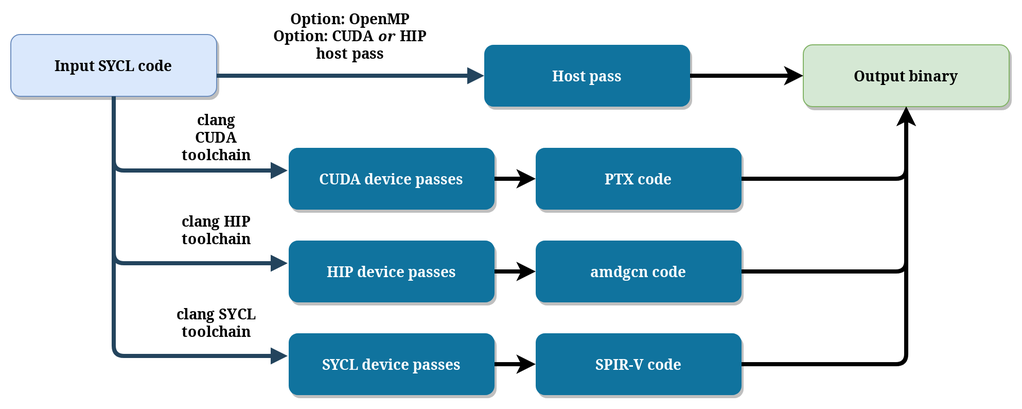
Above: doc/img/syclcc.png in AdaptiveCpp/AdaptiveCpp (draw.io), before the change. Source tidied: cells renumbered, new cells last; positions are measured from the earlier drawing's top-left corner, leaving out a move shared by most shapes.
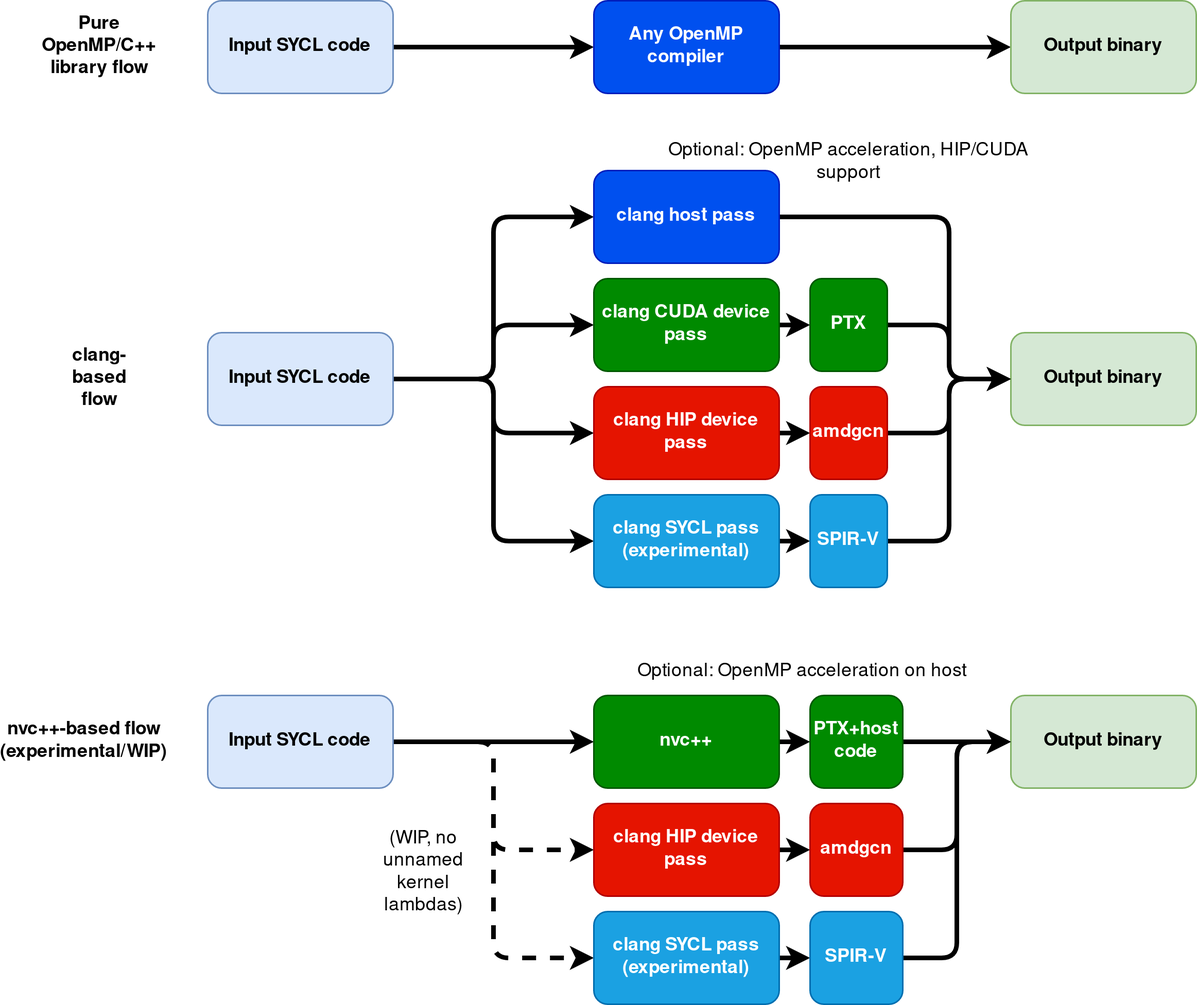
The same file after the commit.

The edit, as a diff of the source:
```diff
@@ -2,94 +2,154 @@
   <root>
     <mxCell id="0" />
     <mxCell id="1" parent="0" />
-    <mxCell id="2" value="Input SYCL code" style="rounded=1;fillColor=#dae8fc;strokeColor=#6c8ebf;shadow=1;fontStyle=1;fontSize=14;" parent="1" vertex="1">
-      <mxGeometry width="200" height="60" as="geometry" />
+    <mxCell id="2" style="edgeStyle=orthogonalEdgeStyle;rounded=0;jettySize=auto;html=1;strokeWidth=3;" parent="1" edge="1" source="3" target="5">
+      <mxGeometry relative="1" as="geometry" />
     </mxCell>
-    <mxCell id="3" style="edgeStyle=orthogonalEdgeStyle;rounded=1;jettySize=auto;html=1;strokeWidth=4;fontSize=14;" parent="1" edge="1" source="4" target="10">
-      <mxGeometry relative="1" as="geometry" />
+    <mxCell id="3" value="Input SYCL code" style="rounded=1;whiteSpace=wrap;html=1;fillColor=#dae8fc;strokeColor=#6c8ebf;fontStyle=1;" parent="1" vertex="1">
+      <mxGeometry x="130" y="-70" width="120" height="60" as="geometry" />
     </mxCell>
-    <mxCell id="4" value="CUDA device passes" style="rounded=1;fillColor=#10739E;strokeColor=none;shadow=1;gradientColor=none;fontStyle=1;fontColor=#FFFFFF;fontSize=14;" parent="1" vertex="1">
-      <mxGeometry x="270" y="110" width="200" height="60" as="geometry" />
+    <mxCell id="4" style="edgeStyle=orthogonalEdgeStyle;rounded=0;jettySize=auto;html=1;strokeWidth=3;" parent="1" edge="1" source="5" target="6">
+      <mxGeometry relative="1" as="geometry" />
     </mxCell>
-    <mxCell id="5" value="Output binary" style="rounded=1;fillColor=#d5e8d4;strokeColor=#82b366;shadow=1;fontStyle=1;fontSize=14;" parent="1" vertex="1">
-      <mxGeometry x="770" y="10" width="200" height="60" as="geometry" />
+    <mxCell id="5" value="Any OpenMP compiler" style="rounded=1;whiteSpace=wrap;html=1;fillColor=#0050ef;strokeColor=#001DBC;fontColor=#ffffff;fontStyle=1;" parent="1" vertex="1">
+      <mxGeometry x="380" y="-70" width="120" height="60" as="geometry" />
     </mxCell>
-    <mxCell id="6" style="edgeStyle=elbowEdgeStyle;elbow=vertical;strokeWidth=4;endArrow=block;endFill=1;fontStyle=1;strokeColor=#23445D;exitX=0.5;exitY=1;exitDx=0;exitDy=0;entryX=-0.005;entryY=0.367;entryDx=0;entryDy=0;entryPerimeter=0;" parent="1" edge="1" source="2" target="4">
-      <mxGeometry x="22" y="165.5" as="geometry">
-        <Array as="points">
-          <mxPoint x="190" y="132" />
-        </Array>
-      </mxGeometry>
+    <mxCell id="6" value="Output binary" style="rounded=1;whiteSpace=wrap;html=1;fillColor=#d5e8d4;strokeColor=#82b366;fontStyle=1;" parent="1" vertex="1">
+      <mxGeometry x="650" y="-70" width="120" height="60" as="geometry" />
     </mxCell>
-    <mxCell id="7" style="edgeStyle=elbowEdgeStyle;elbow=vertical;strokeWidth=4;endArrow=block;endFill=1;fontStyle=1;strokeColor=#23445D;entryX=0;entryY=0.5;entryDx=0;entryDy=0;" parent="1" edge="1" source="2" target="24">
-      <mxGeometry x="22" y="165.5" as="geometry">
-        <Array as="points">
-          <mxPoint x="270" y="40" />
-          <mxPoint x="840" y="70" />
-        </Array>
-      </mxGeometry>
+    <mxCell id="7" value="Pure OpenMP/C++ library flow" style="text;html=1;strokeColor=none;fillColor=none;align=center;verticalAlign=middle;whiteSpace=wrap;rounded=0;fontStyle=1;" parent="1" vertex="1">
+      <mxGeometry x="30" y="-55" width="60" height="30" as="geometry" />
     </mxCell>
-    <mxCell id="8" value="clang CUDA toolchain" style="text;html=1;strokeColor=none;fillColor=none;align=center;verticalAlign=middle;whiteSpace=wrap;rounded=0;fontSize=14;fontStyle=1;" parent="1" vertex="1">
-      <mxGeometry x="160" y="90" width="80" height="20" as="geometry" />
+    <mxCell id="8" style="edgeStyle=orthogonalEdgeStyle;rounded=1;jettySize=auto;html=1;strokeWidth=3;entryX=0;entryY=0.5;entryDx=0;entryDy=0;" parent="1" edge="1" source="12" target="14">
+      <mxGeometry relative="1" as="geometry" />
     </mxCell>
-    <mxCell id="9" style="edgeStyle=orthogonalEdgeStyle;rounded=1;jettySize=auto;html=1;strokeWidth=4;fontSize=14;" parent="1" edge="1" source="10" target="5">
+    <mxCell id="9" style="edgeStyle=orthogonalEdgeStyle;rounded=1;jettySize=auto;html=1;strokeWidth=3;" parent="1" edge="1" source="12" target="19">
       <mxGeometry relative="1" as="geometry" />
     </mxCell>
-    <mxCell id="10" value="PTX code" style="rounded=1;fillColor=#10739E;strokeColor=none;shadow=1;gradientColor=none;fontStyle=1;fontColor=#FFFFFF;fontSize=14;" parent="1" vertex="1">
-      <mxGeometry x="510" y="110" width="200" height="60" as="geometry" />
+    <mxCell id="10" style="edgeStyle=orthogonalEdgeStyle;rounded=1;jettySize=auto;html=1;entryX=0;entryY=0.5;entryDx=0;entryDy=0;strokeWidth=3;" parent="1" edge="1" source="12" target="23">
+      <mxGeometry relative="1" as="geometry" />
     </mxCell>
-    <mxCell id="11" style="edgeStyle=orthogonalEdgeStyle;rounded=1;jettySize=auto;html=1;strokeWidth=4;fontSize=14;" parent="1" edge="1" source="12" target="16">
+    <mxCell id="11" style="edgeStyle=orthogonalEdgeStyle;rounded=1;jettySize=auto;html=1;entryX=0;entryY=0.5;entryDx=0;entryDy=0;strokeWidth=3;" parent="1" edge="1" source="12" target="27">
       <mxGeometry relative="1" as="geometry" />
     </mxCell>
-    <mxCell id="12" value="HIP device passes" style="rounded=1;fillColor=#10739E;strokeColor=none;shadow=1;gradientColor=none;fontStyle=1;fontColor=#FFFFFF;fontSize=14;" parent="1" vertex="1">
-      <mxGeometry x="270" y="200" width="200" height="60" as="geometry" />
+    <mxCell id="12" value="Input SYCL code" style="rounded=1;whiteSpace=wrap;html=1;fillColor=#dae8fc;strokeColor=#6c8ebf;fontStyle=1;" parent="1" vertex="1">
+      <mxGeometry x="130" y="145" width="120" height="60" as="geometry" />
     </mxCell>
-    <mxCell id="13" style="edgeStyle=elbowEdgeStyle;elbow=vertical;strokeWidth=4;endArrow=block;endFill=1;fontStyle=1;strokeColor=#23445D;exitX=0.5;exitY=1;exitDx=0;exitDy=0;entryX=-0.005;entryY=0.367;entryDx=0;entryDy=0;entryPerimeter=0;" parent="1" edge="1" source="2" target="12">
-      <mxGeometry x="22" y="255.5" as="geometry">
+    <mxCell id="13" style="edgeStyle=orthogonalEdgeStyle;rounded=1;jettySize=auto;html=1;strokeWidth=3;entryX=0;entryY=0.5;entryDx=0;entryDy=0;" parent="1" edge="1" source="14" target="15">
+      <mxGeometry relative="1" as="geometry">
         <Array as="points">
-          <mxPoint x="190" y="222" />
+          <mxPoint x="610" y="70" />
+          <mxPoint x="610" y="175" />
         </Array>
       </mxGeometry>
     </mxCell>
-    <mxCell id="14" value="clang HIP toolchain" style="text;html=1;strokeColor=none;fillColor=none;align=center;verticalAlign=middle;whiteSpace=wrap;rounded=0;fontSize=14;fontStyle=1;" parent="1" vertex="1">
-      <mxGeometry x="160" y="180" width="80" height="20" as="geometry" />
+    <mxCell id="14" value="&lt;div&gt;clang host pass&lt;/div&gt;" style="rounded=1;whiteSpace=wrap;html=1;fillColor=#0050ef;strokeColor=#001DBC;fontColor=#ffffff;fontStyle=1;" parent="1" vertex="1">
+      <mxGeometry x="380" y="40" width="120" height="60" as="geometry" />
     </mxCell>
-    <mxCell id="15" style="edgeStyle=orthogonalEdgeStyle;rounded=1;jettySize=auto;html=1;strokeWidth=4;fontSize=14;entryX=0.5;entryY=1;entryDx=0;entryDy=0;" parent="1" edge="1" source="16" target="5">
-      <mxGeometry relative="1" as="geometry" />
+    <mxCell id="15" value="Output binary" style="rounded=1;whiteSpace=wrap;html=1;fillColor=#d5e8d4;strokeColor=#82b366;fontStyle=1;" parent="1" vertex="1">
+      <mxGeometry x="650" y="145" width="120" height="60" as="geometry" />
     </mxCell>
-    <mxCell id="16" value="amdgcn code" style="rounded=1;fillColor=#10739E;strokeColor=none;shadow=1;gradientColor=none;fontStyle=1;fontColor=#FFFFFF;fontSize=14;" parent="1" vertex="1">
-      <mxGeometry x="510" y="200" width="200" height="60" as="geometry" />
+    <mxCell id="16" value="clang-based flow" style="text;html=1;strokeColor=none;fillColor=none;align=center;verticalAlign=middle;whiteSpace=wrap;rounded=0;fontStyle=1;" parent="1" vertex="1">
+      <mxGeometry x="30" y="160" width="60" height="30" as="geometry" />
     </mxCell>
-    <mxCell id="17" style="edgeStyle=orthogonalEdgeStyle;rounded=1;jettySize=auto;html=1;strokeWidth=4;fontSize=14;" parent="1" edge="1" source="18" target="22">
-      <mxGeometry relative="1" as="geometry" />
+    <mxCell id="17" value="Optional: OpenMP acceleration, HIP/CUDA support" style="text;html=1;strokeColor=none;fillColor=none;align=center;verticalAlign=middle;whiteSpace=wrap;rounded=0;" parent="1" vertex="1">
+      <mxGeometry x="420" y="20" width="250" height="30" as="geometry" />
     </mxCell>
-    <mxCell id="18" value="SYCL device passes" style="rounded=1;fillColor=#10739E;strokeColor=none;shadow=1;gradientColor=none;fontStyle=1;fontColor=#FFFFFF;fontSize=14;" parent="1" vertex="1">
-      <mxGeometry x="270" y="290" width="200" height="60" as="geometry" />
+    <mxCell id="18" style="edgeStyle=orthogonalEdgeStyle;curved=1;rounded=0;jettySize=auto;html=1;strokeWidth=3;" parent="1" edge="1" source="19" target="21">
+      <mxGeometry relative="1" as="geometry" />
     </mxCell>
-    <mxCell id="19" style="edgeStyle=elbowEdgeStyle;elbow=vertical;strokeWidth=4;endArrow=block;endFill=1;fontStyle=1;strokeColor=#23445D;exitX=0.5;exitY=1;exitDx=0;exitDy=0;entryX=-0.005;entryY=0.367;entryDx=0;entryDy=0;entryPerimeter=0;" parent="1" edge="1" source="2" target="18">
-      <mxGeometry x="22" y="345.5" as="geometry">
-        <Array as="points">
-          <mxPoint x="190" y="312" />
-        </Array>
-      </mxGeometry>
+    <mxCell id="19" value="&lt;div&gt;clang CUDA device pass&lt;/div&gt;" style="rounded=1;whiteSpace=wrap;html=1;fillColor=#008a00;strokeColor=#005700;fontColor=#ffffff;fontStyle=1;" parent="1" vertex="1">
+      <mxGeometry x="380" y="110" width="120" height="60" as="geometry" />
     </mxCell>
-    <mxCell id="20" value="clang SYCL toolchain" style="text;html=1;strokeColor=none;fillColor=none;align=center;verticalAlign=middle;whiteSpace=wrap;rounded=0;fontSize=14;fontStyle=1;" parent="1" vertex="1">
-      <mxGeometry x="160" y="270" width="80" height="20" as="geometry" />
+    <mxCell id="20" style="edgeStyle=orthogonalEdgeStyle;rounded=1;jettySize=auto;html=1;entryX=0;entryY=0.5;entryDx=0;entryDy=0;strokeWidth=3;" parent="1" edge="1" source="21" target="15">
+      <mxGeometry relative="1" as="geometry" />
     </mxCell>
-    <mxCell id="21" style="edgeStyle=orthogonalEdgeStyle;rounded=1;jettySize=auto;html=1;strokeWidth=4;fontSize=14;entryX=0.5;entryY=1;entryDx=0;entryDy=0;" parent="1" edge="1" source="22" target="5">
-      <mxGeometry relative="1" as="geometry" />
+    <mxCell id="21" value="PTX" style="rounded=1;whiteSpace=wrap;html=1;fillColor=#008a00;strokeColor=#005700;fontColor=#ffffff;fontStyle=1;" parent="1" vertex="1">
+      <mxGeometry x="520" y="110" width="50" height="60" as="geometry" />
     </mxCell>
-    <mxCell id="22" value="SPIR-V code" style="rounded=1;fillColor=#10739E;strokeColor=none;shadow=1;gradientColor=none;fontStyle=1;fontColor=#FFFFFF;fontSize=14;" parent="1" vertex="1">
-      <mxGeometry x="510" y="290" width="200" height="60" as="geometry" />
+    <mxCell id="22" style="edgeStyle=orthogonalEdgeStyle;curved=1;rounded=0;jettySize=auto;html=1;strokeWidth=3;" parent="1" edge="1" source="23" target="25">
+      <mxGeometry relative="1" as="geometry" />
     </mxCell>
-    <mxCell id="23" style="edgeStyle=orthogonalEdgeStyle;rounded=1;jettySize=auto;html=1;strokeWidth=4;fontSize=14;entryX=0;entryY=0.5;entryDx=0;entryDy=0;" parent="1" edge="1" source="24" target="5">
-      <mxGeometry relative="1" as="geometry" />
+    <mxCell id="23" value="&lt;div&gt;clang HIP device pass&lt;/div&gt;" style="rounded=1;whiteSpace=wrap;html=1;fillColor=#e51400;strokeColor=#B20000;fontColor=#ffffff;fontStyle=1;" parent="1" vertex="1">
+      <mxGeometry x="380" y="180" width="120" height="60" as="geometry" />
     </mxCell>
-    <mxCell id="24" value="Host pass" style="rounded=1;fillColor=#10739E;strokeColor=none;shadow=1;gradientColor=none;fontStyle=1;fontColor=#FFFFFF;fontSize=14;" parent="1" vertex="1">
-      <mxGeometry x="460" y="10" width="200" height="60" as="geometry" />
+    <mxCell id="24" style="edgeStyle=orthogonalEdgeStyle;rounded=1;jettySize=auto;html=1;entryX=0;entryY=0.5;entryDx=0;entryDy=0;strokeWidth=3;" parent="1" edge="1" source="25" target="15">
+      <mxGeometry relative="1" as="geometry" />
     </mxCell>
-    <mxCell id="25" value="&lt;div&gt;Option: OpenMP&lt;/div&gt;&lt;div&gt;Option: CUDA &lt;i&gt;or&lt;/i&gt; HIP host pass&lt;br&gt;&lt;/div&gt;&lt;div&gt;&lt;br&gt;&lt;/div&gt;" style="text;html=1;strokeColor=none;fillColor=none;align=center;verticalAlign=middle;whiteSpace=wrap;rounded=0;fontSize=14;fontStyle=1;" parent="1" vertex="1">
-      <mxGeometry x="240" width="180" height="20" as="geometry" />
+    <mxCell id="25" value="amdgcn" style="rounded=1;whiteSpace=wrap;html=1;fillColor=#e51400;strokeColor=#B20000;fontColor=#ffffff;fontStyle=1;" parent="1" vertex="1">
+      <mxGeometry x="520" y="180" width="50" height="60" as="geometry" />
     </mxCell>
+    <mxCell id="26" style="edgeStyle=orthogonalEdgeStyle;curved=1;rounded=0;jettySize=auto;html=1;entryX=0;entryY=0.5;entryDx=0;entryDy=0;strokeWidth=3;" parent="1" edge="1" source="27" target="29">
+      <mxGeometry relative="1" as="geometry" />
+    </mxCell>
+    <mxCell id="27" value="clang SYCL pass (experimental)" style="rounded=1;whiteSpace=wrap;html=1;fillColor=#1ba1e2;strokeColor=#006EAF;fontColor=#ffffff;fontStyle=1;" parent="1" vertex="1">
+      <mxGeometry x="380" y="250" width="120" height="60" as="geometry" />
+    </mxCell>
+    <mxCell id="28" style="edgeStyle=orthogonalEdgeStyle;rounded=1;jettySize=auto;html=1;entryX=0;entryY=0.5;entryDx=0;entryDy=0;strokeWidth=3;" parent="1" edge="1" source="29" target="15">
+      <mxGeometry relative="1" as="geometry" />
+    </mxCell>
+    <mxCell id="29" value="SPIR-V" style="rounded=1;whiteSpace=wrap;html=1;fillColor=#1ba1e2;strokeColor=#006EAF;fontColor=#ffffff;fontStyle=1;" parent="1" vertex="1">
+      <mxGeometry x="520" y="250" width="50" height="60" as="geometry" />
+    </mxCell>
+    <mxCell id="30" style="edgeStyle=orthogonalEdgeStyle;rounded=1;jettySize=auto;html=1;strokeWidth=3;" parent="1" edge="1" source="33" target="38">
+      <mxGeometry relative="1" as="geometry" />
+    </mxCell>
+    <mxCell id="31" style="edgeStyle=orthogonalEdgeStyle;rounded=1;jettySize=auto;html=1;entryX=0;entryY=0.5;entryDx=0;entryDy=0;strokeWidth=3;dashed=1;" parent="1" edge="1" source="33" target="42">
+      <mxGeometry relative="1" as="geometry" />
+    </mxCell>
+    <mxCell id="32" style="edgeStyle=orthogonalEdgeStyle;rounded=1;jettySize=auto;html=1;entryX=0;entryY=0.5;entryDx=0;entryDy=0;strokeWidth=3;dashed=1;" parent="1" edge="1" source="33" target="46">
+      <mxGeometry relative="1" as="geometry" />
+    </mxCell>
+    <mxCell id="33" value="Input SYCL code" style="rounded=1;whiteSpace=wrap;html=1;fillColor=#dae8fc;strokeColor=#6c8ebf;fontStyle=1;" parent="1" vertex="1">
+      <mxGeometry x="130" y="380" width="120" height="60" as="geometry" />
+    </mxCell>
+    <mxCell id="34" value="Output binary" style="rounded=1;whiteSpace=wrap;html=1;fillColor=#d5e8d4;strokeColor=#82b366;fontStyle=1;" parent="1" vertex="1">
+      <mxGeometry x="650" y="380" width="120" height="60" as="geometry" />
+    </mxCell>
+    <mxCell id="35" value="nvc++-based flow (experimental/WIP)" style="text;html=1;strokeColor=none;fillColor=none;align=center;verticalAlign=middle;whiteSpace=wrap;rounded=0;fontStyle=1;" parent="1" vertex="1">
+      <mxGeometry x="10" y="395" width="80" height="30" as="geometry" />
+    </mxCell>
+    <mxCell id="36" value="Optional: OpenMP acceleration on host" style="text;html=1;strokeColor=none;fillColor=none;align=center;verticalAlign=middle;whiteSpace=wrap;rounded=0;" parent="1" vertex="1">
+      <mxGeometry x="390" y="350" width="250" height="30" as="geometry" />
+    </mxCell>
+    <mxCell id="37" style="edgeStyle=orthogonalEdgeStyle;curved=1;rounded=0;jettySize=auto;html=1;strokeWidth=3;" parent="1" edge="1" source="38" target="40">
+      <mxGeometry relative="1" as="geometry" />
+    </mxCell>
+    <mxCell id="38" value="nvc++" style="rounded=1;whiteSpace=wrap;html=1;fillColor=#008a00;strokeColor=#005700;fontColor=#ffffff;fontStyle=1;" parent="1" vertex="1">
+      <mxGeometry x="380" y="380" width="120" height="60" as="geometry" />
+    </mxCell>
+    <mxCell id="39" style="edgeStyle=orthogonalEdgeStyle;rounded=1;jettySize=auto;html=1;entryX=0;entryY=0.5;entryDx=0;entryDy=0;strokeWidth=3;" parent="1" edge="1" source="40" target="34">
+      <mxGeometry relative="1" as="geometry" />
+    </mxCell>
+    <mxCell id="40" value="PTX+host code" style="rounded=1;whiteSpace=wrap;html=1;fillColor=#008a00;strokeColor=#005700;fontColor=#ffffff;fontStyle=1;" parent="1" vertex="1">
+      <mxGeometry x="520" y="380" width="60" height="60" as="geometry" />
+    </mxCell>
+    <mxCell id="41" style="edgeStyle=orthogonalEdgeStyle;curved=1;rounded=0;jettySize=auto;html=1;strokeWidth=3;" parent="1" edge="1" source="42" target="44">
+      <mxGeometry relative="1" as="geometry" />
+    </mxCell>
+    <mxCell id="42" value="&lt;div&gt;clang HIP device pass&lt;/div&gt;" style="rounded=1;whiteSpace=wrap;html=1;fillColor=#e51400;strokeColor=#B20000;fontColor=#ffffff;fontStyle=1;" parent="1" vertex="1">
+      <mxGeometry x="380" y="450" width="120" height="60" as="geometry" />
+    </mxCell>
+    <mxCell id="43" style="edgeStyle=orthogonalEdgeStyle;rounded=1;jettySize=auto;html=1;entryX=0;entryY=0.5;entryDx=0;entryDy=0;strokeWidth=3;" parent="1" edge="1" source="44" target="34">
+      <mxGeometry relative="1" as="geometry" />
+    </mxCell>
+    <mxCell id="44" value="amdgcn" style="rounded=1;whiteSpace=wrap;html=1;fillColor=#e51400;strokeColor=#B20000;fontColor=#ffffff;fontStyle=1;" parent="1" vertex="1">
+      <mxGeometry x="520" y="450" width="60" height="60" as="geometry" />
+    </mxCell>
+    <mxCell id="45" style="edgeStyle=orthogonalEdgeStyle;curved=1;rounded=0;jettySize=auto;html=1;entryX=0;entryY=0.5;entryDx=0;entryDy=0;strokeWidth=3;" parent="1" edge="1" source="46" target="48">
+      <mxGeometry relative="1" as="geometry" />
+    </mxCell>
+    <mxCell id="46" value="clang SYCL pass (experimental)" style="rounded=1;whiteSpace=wrap;html=1;fillColor=#1ba1e2;strokeColor=#006EAF;fontColor=#ffffff;fontStyle=1;" parent="1" vertex="1">
+      <mxGeometry x="380" y="520" width="120" height="60" as="geometry" />
+    </mxCell>
+    <mxCell id="47" style="edgeStyle=orthogonalEdgeStyle;rounded=1;jettySize=auto;html=1;entryX=0;entryY=0.5;entryDx=0;entryDy=0;strokeWidth=3;" parent="1" edge="1" source="48" target="34">
+      <mxGeometry relative="1" as="geometry" />
+    </mxCell>
+    <mxCell id="48" value="SPIR-V" style="rounded=1;whiteSpace=wrap;html=1;fillColor=#1ba1e2;strokeColor=#006EAF;fontColor=#ffffff;fontStyle=1;" parent="1" vertex="1">
+      <mxGeometry x="520" y="520" width="60" height="60" as="geometry" />
+    </mxCell>
+    <mxCell id="49" value="(WIP, no unnamed kernel lambdas)" style="text;html=1;strokeColor=none;fillColor=none;align=center;verticalAlign=middle;whiteSpace=wrap;rounded=0;" parent="1" vertex="1">
+      <mxGeometry x="240" y="480" width="60" height="30" as="geometry" />
+    </mxCell>
   </root>
 </mxGraphModel>
```
